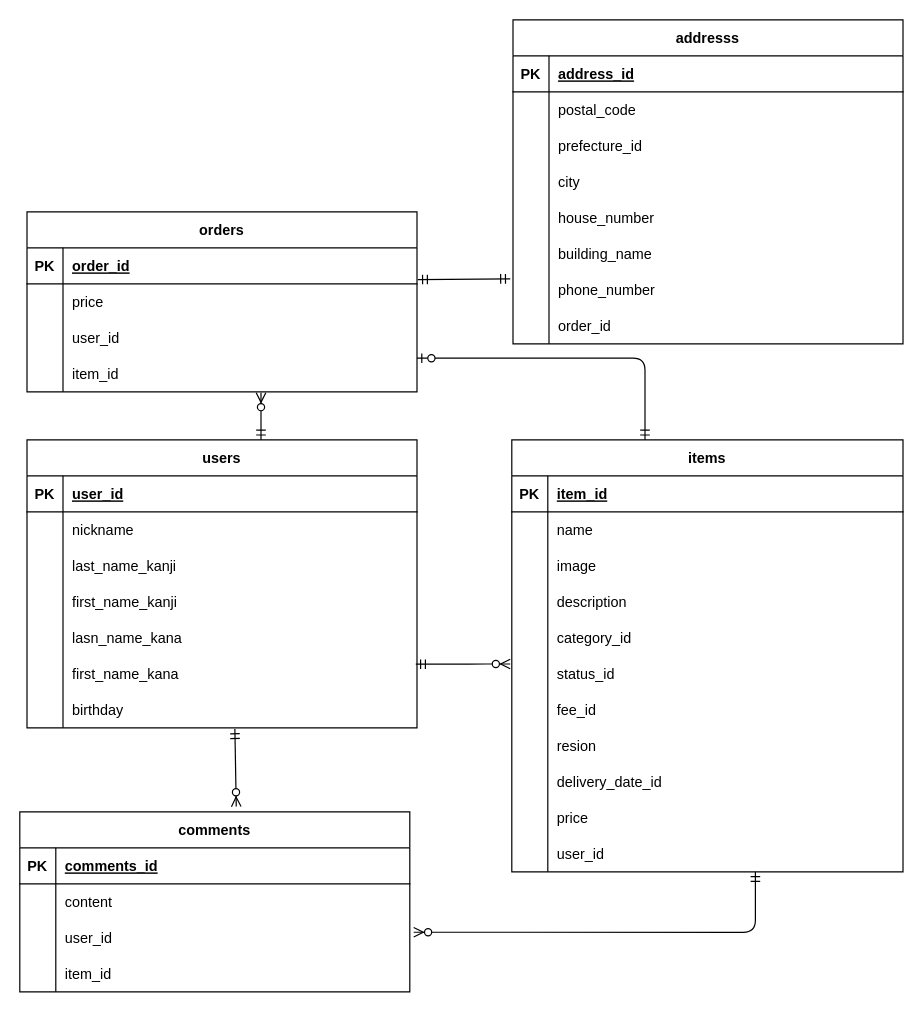
Above: er.dio in yuuuuki15/furima-38173 (draw.io), before the change. Source tidied: cells renumbered, new cells numbered last; positions are measured from the earlier drawing's top-left corner, leaving out a move shared by most shapes. Both pictures are drawn from the tidied source at 120%, with x=0, y=0 at pixel (19, 19).
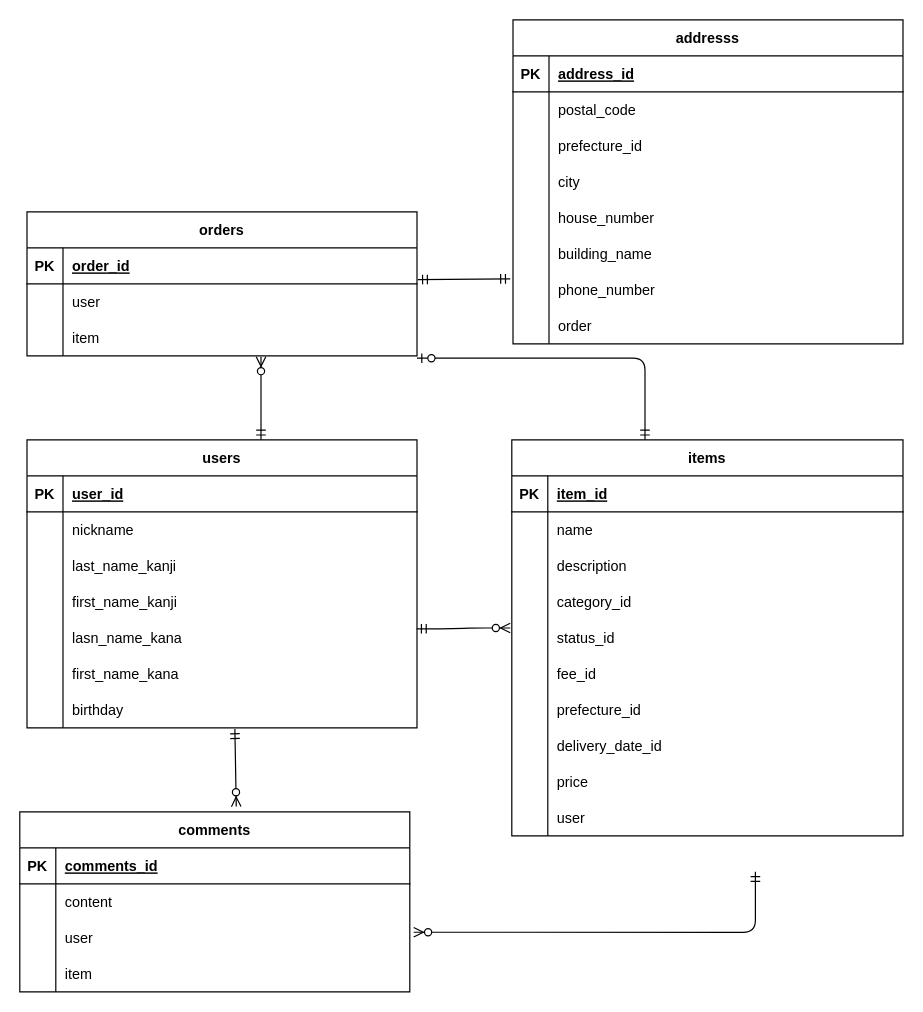
The same diagram, later.

Commit message (it also covers changes not shown here):
レビューの修正1

The change refers to these unchanged cells:
```xml
<mxCell id="15" style="shape=partialRectangle;fillColor=none;top=0;left=0;bottom=0;right=0;points=[[0,0.5],[1,0.5]];portConstraint=eastwest;labelBorderColor=none;" parent="2" vertex="1">
  <mxGeometry y="150" width="325" height="30" as="geometry" />
</mxCell>
<mxCell id="78" style="shape=partialRectangle;fillColor=none;top=0;left=0;bottom=0;right=0;points=[[0,0.5],[1,0.5]];portConstraint=eastwest;labelBorderColor=none;" parent="71" vertex="1">
  <mxGeometry y="90" width="325" height="30" as="geometry" />
</mxCell>
<mxCell id="81" style="shape=partialRectangle;fillColor=none;top=0;left=0;bottom=0;right=0;labelBorderColor=none;" parent="71" vertex="1">
  <mxGeometry y="120" width="325" height="30" as="geometry" />
</mxCell>
<mxCell id="106" style="shape=partialRectangle;fillColor=none;top=0;left=0;bottom=0;right=0;labelBorderColor=none;" parent="84" vertex="1">
  <mxGeometry y="240" width="325" height="30" as="geometry" />
</mxCell>
```

Diff of the diagram source:
```diff
@@
     <mxCell id="24" value="items" style="shape=table;startSize=30;childLayout=tableLayout;rowLines=0;fontStyle=1;align=center;labelBorderColor=none;" parent="1" vertex="1">
-      <mxGeometry x="410" y="350" width="326" height="360" as="geometry" />
+      <mxGeometry x="410" y="350" width="326" height="330" as="geometry" />
     </mxCell>
@@
-    <mxCell id="31" style="shape=partialRectangle;fillColor=none;top=0;left=0;bottom=0;right=0;labelBorderColor=none;" parent="24" vertex="1">
-      <mxGeometry y="90" width="326" height="30" as="geometry" />
-    </mxCell>
-    <mxCell id="32" style="shape=partialRectangle;fillColor=none;top=0;left=0;bottom=0;right=0;overflow=hidden;labelBorderColor=none;" parent="31" vertex="1">
-      <mxGeometry width="30" height="30" as="geometry" />
-    </mxCell>
-    <mxCell id="33" value="image" style="shape=partialRectangle;fillColor=none;top=0;left=0;bottom=0;right=0;align=left;spacingLeft=6;overflow=hidden;labelBorderColor=none;" parent="31" vertex="1">
-      <mxGeometry x="30" width="296" height="30" as="geometry" />
-    </mxCell>
     <mxCell id="34" style="shape=partialRectangle;fillColor=none;top=0;left=0;bottom=0;right=0;labelBorderColor=none;" parent="24" vertex="1">
-      <mxGeometry y="120" width="326" height="30" as="geometry" />
+      <mxGeometry y="90" width="326" height="30" as="geometry" />
     </mxCell>
@@
     <mxCell id="37" style="shape=partialRectangle;fillColor=none;top=0;left=0;bottom=0;right=0;labelBorderColor=none;" parent="24" vertex="1">
-      <mxGeometry y="150" width="326" height="30" as="geometry" />
+      <mxGeometry y="120" width="326" height="30" as="geometry" />
     </mxCell>
@@
     <mxCell id="40" style="shape=partialRectangle;fillColor=none;top=0;left=0;bottom=0;right=0;points=[[0,0.5],[1,0.5]];portConstraint=eastwest;labelBorderColor=none;" parent="24" vertex="1">
-      <mxGeometry y="180" width="326" height="30" as="geometry" />
+      <mxGeometry y="150" width="326" height="30" as="geometry" />
     </mxCell>
@@
     <mxCell id="43" style="shape=partialRectangle;fillColor=none;top=0;left=0;bottom=0;right=0;labelBorderColor=none;" parent="24" vertex="1">
-      <mxGeometry y="210" width="326" height="30" as="geometry" />
+      <mxGeometry y="180" width="326" height="30" as="geometry" />
     </mxCell>
@@
     <mxCell id="46" style="shape=partialRectangle;fillColor=none;top=0;left=0;bottom=0;right=0;labelBorderColor=none;" parent="24" vertex="1">
-      <mxGeometry y="240" width="326" height="30" as="geometry" />
+      <mxGeometry y="210" width="326" height="30" as="geometry" />
     </mxCell>
@@
-    <mxCell id="48" value="resion" style="shape=partialRectangle;fillColor=none;top=0;left=0;bottom=0;right=0;align=left;spacingLeft=6;overflow=hidden;labelBorderColor=none;" parent="46" vertex="1">
+    <mxCell id="48" value="prefecture_id" style="shape=partialRectangle;fillColor=none;top=0;left=0;bottom=0;right=0;align=left;spacingLeft=6;overflow=hidden;labelBorderColor=none;" parent="46" vertex="1">
       <mxGeometry x="30" width="296" height="30" as="geometry" />
     </mxCell>
     <mxCell id="49" style="shape=partialRectangle;fillColor=none;top=0;left=0;bottom=0;right=0;labelBorderColor=none;" parent="24" vertex="1">
-      <mxGeometry y="270" width="326" height="30" as="geometry" />
+      <mxGeometry y="240" width="326" height="30" as="geometry" />
     </mxCell>
@@
     <mxCell id="52" style="shape=partialRectangle;fillColor=none;top=0;left=0;bottom=0;right=0;labelBorderColor=none;" parent="24" vertex="1">
-      <mxGeometry y="300" width="326" height="30" as="geometry" />
+      <mxGeometry y="270" width="326" height="30" as="geometry" />
     </mxCell>
@@
     <mxCell id="55" style="shape=partialRectangle;fillColor=none;top=0;left=0;bottom=0;right=0;labelBorderColor=none;" parent="24" vertex="1">
-      <mxGeometry y="330" width="326" height="30" as="geometry" />
+      <mxGeometry y="300" width="326" height="30" as="geometry" />
     </mxCell>
@@
-    <mxCell id="57" value="user_id" style="shape=partialRectangle;fillColor=none;top=0;left=0;bottom=0;right=0;align=left;spacingLeft=6;overflow=hidden;labelBorderColor=none;" parent="55" vertex="1">
+    <mxCell id="57" value="user" style="shape=partialRectangle;fillColor=none;top=0;left=0;bottom=0;right=0;align=left;spacingLeft=6;overflow=hidden;labelBorderColor=none;" parent="55" vertex="1">
       <mxGeometry x="30" width="296" height="30" as="geometry" />
     </mxCell>
     <mxCell id="58" value="orders" style="shape=table;startSize=30;childLayout=tableLayout;rowLines=0;fontStyle=1;align=center;labelBorderColor=none;" parent="1" vertex="1">
-      <mxGeometry x="6" y="160" width="325" height="150" as="geometry" />
+      <mxGeometry x="6" y="160" width="325" height="120" as="geometry" />
     </mxCell>
@@
-    <mxCell id="62" style="shape=partialRectangle;fillColor=none;top=0;left=0;bottom=0;right=0;labelBorderColor=none;" parent="58" vertex="1">
-      <mxGeometry y="60" width="325" height="30" as="geometry" />
-    </mxCell>
-    <mxCell id="63" style="shape=partialRectangle;fillColor=none;top=0;left=0;bottom=0;right=0;overflow=hidden;labelBorderColor=none;" parent="62" vertex="1">
-      <mxGeometry width="30" height="30" as="geometry" />
-    </mxCell>
-    <mxCell id="64" value="price " style="shape=partialRectangle;fillColor=none;top=0;left=0;bottom=0;right=0;align=left;spacingLeft=6;overflow=hidden;labelBorderColor=none;" parent="62" vertex="1">
-      <mxGeometry x="30" width="295" height="30" as="geometry" />
-    </mxCell>
     <mxCell id="65" style="shape=partialRectangle;fillColor=none;top=0;left=0;bottom=0;right=0;labelBorderColor=none;" parent="58" vertex="1">
-      <mxGeometry y="90" width="325" height="30" as="geometry" />
+      <mxGeometry y="60" width="325" height="30" as="geometry" />
     </mxCell>
@@
-    <mxCell id="67" value="user_id " style="shape=partialRectangle;fillColor=none;top=0;left=0;bottom=0;right=0;align=left;spacingLeft=6;overflow=hidden;labelBorderColor=none;" parent="65" vertex="1">
+    <mxCell id="67" value="user" style="shape=partialRectangle;fillColor=none;top=0;left=0;bottom=0;right=0;align=left;spacingLeft=6;overflow=hidden;labelBorderColor=none;" parent="65" vertex="1">
       <mxGeometry x="30" width="295" height="30" as="geometry" />
     </mxCell>
     <mxCell id="68" style="shape=partialRectangle;fillColor=none;top=0;left=0;bottom=0;right=0;points=[[0,0.5],[1,0.5]];portConstraint=eastwest;labelBorderColor=none;" parent="58" vertex="1">
-      <mxGeometry y="120" width="325" height="30" as="geometry" />
+      <mxGeometry y="90" width="325" height="30" as="geometry" />
     </mxCell>
@@
-    <mxCell id="70" value="item_id" style="shape=partialRectangle;fillColor=none;top=0;left=0;bottom=0;right=0;align=left;spacingLeft=6;overflow=hidden;labelBorderColor=none;" parent="68" vertex="1">
+    <mxCell id="70" value="item" style="shape=partialRectangle;fillColor=none;top=0;left=0;bottom=0;right=0;align=left;spacingLeft=6;overflow=hidden;labelBorderColor=none;" parent="68" vertex="1">
       <mxGeometry x="30" width="295" height="30" as="geometry" />
     </mxCell>
@@
-    <mxCell id="80" value="user_id" style="shape=partialRectangle;fillColor=none;top=0;left=0;bottom=0;right=0;align=left;spacingLeft=6;overflow=hidden;labelBorderColor=none;" parent="78" vertex="1">
+    <mxCell id="80" value="user" style="shape=partialRectangle;fillColor=none;top=0;left=0;bottom=0;right=0;align=left;spacingLeft=6;overflow=hidden;labelBorderColor=none;" parent="78" vertex="1">
       <mxGeometry x="30" width="295" height="30" as="geometry" />
     </mxCell>
@@
-    <mxCell id="83" value="item_id" style="shape=partialRectangle;fillColor=none;top=0;left=0;bottom=0;right=0;align=left;spacingLeft=6;overflow=hidden;labelBorderColor=none;" parent="81" vertex="1">
+    <mxCell id="83" value="item" style="shape=partialRectangle;fillColor=none;top=0;left=0;bottom=0;right=0;align=left;spacingLeft=6;overflow=hidden;labelBorderColor=none;" parent="81" vertex="1">
       <mxGeometry x="30" width="295" height="30" as="geometry" />
     </mxCell>
@@
-    <mxCell id="108" value="order_id" style="shape=partialRectangle;fillColor=none;top=0;left=0;bottom=0;right=0;align=left;spacingLeft=6;overflow=hidden;labelBorderColor=none;" parent="106" vertex="1">
+    <mxCell id="108" value="order" style="shape=partialRectangle;fillColor=none;top=0;left=0;bottom=0;right=0;align=left;spacingLeft=6;overflow=hidden;labelBorderColor=none;" parent="106" vertex="1">
       <mxGeometry x="30" width="295" height="30" as="geometry" />
     </mxCell>
@@
-    <mxCell id="114" style="edgeStyle=entityRelationEdgeStyle;fontSize=12;html=1;endArrow=ERzeroToMany;startArrow=ERmandOne;entryX=-0.004;entryY=0.228;entryDx=0;entryDy=0;entryPerimeter=0;" parent="1" edge="1" target="40">
-      <mxGeometry relative="1" as="geometry">
-        <mxPoint x="330" y="537" as="sourcePoint" />
-      </mxGeometry>
+    <mxCell id="114" style="edgeStyle=entityRelationEdgeStyle;fontSize=12;html=1;endArrow=ERzeroToMany;startArrow=ERmandOne;entryX=-0.004;entryY=0.228;entryDx=0;entryDy=0;entryPerimeter=0;exitX=0.999;exitY=0.25;exitDx=0;exitDy=0;exitPerimeter=0;" parent="1" edge="1" source="15" target="40">
+      <mxGeometry relative="1" as="geometry" />
     </mxCell>
```
